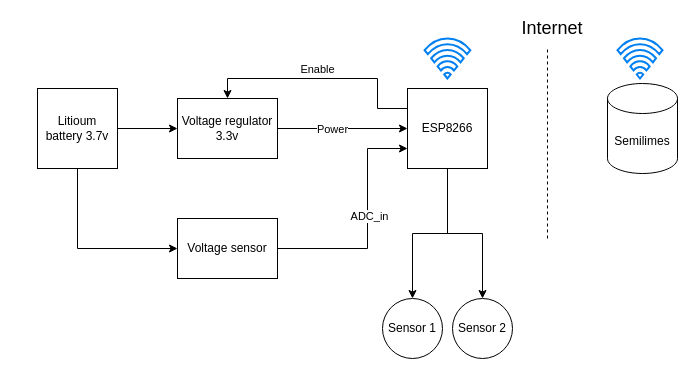
Before: Untitled Diagram.drawio in Dadigno/San-Smartino, a draw.io diagram. Source tidied: cells renumbered, new cells numbered last; positions are measured from the earlier drawing's top-left corner, leaving out a move shared by most shapes. Both pictures are drawn from the tidied source at 100%, with x=0, y=0 at pixel (37, 18).
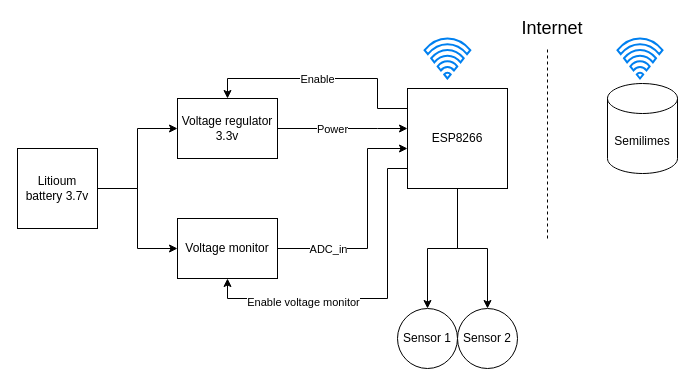
The same diagram, later.

The change refers to these unchanged cells:
```xml
<mxCell id="4" style="edgeStyle=orthogonalEdgeStyle;rounded=0;jettySize=auto;html=1;entryX=0.5;entryY=0;entryDx=0;entryDy=0;" parent="1" edge="1" source="6" target="12">
  <mxGeometry relative="1" as="geometry">
    <Array as="points">
      <mxPoint x="340" y="90" />
      <mxPoint x="340" y="60" />
      <mxPoint x="190" y="60" />
    </Array>
  </mxGeometry>
</mxCell>
<mxCell id="12" value="Voltage regulator 3.3v" style="rounded=0;whiteSpace=wrap;html=1;" parent="1" vertex="1">
  <mxGeometry x="140" y="80" width="100" height="60" as="geometry" />
</mxCell>
```

What changed in the source:
```diff
@@
     <mxCell id="5" value="Enable" style="edgeLabel;html=1;align=center;verticalAlign=middle;" parent="4" vertex="1">
       <mxGeometry x="-0.15" y="-2" relative="1" as="geometry">
-        <mxPoint x="-22.1" y="-8" as="offset" />
+        <mxPoint x="-22.1" y="2" as="offset" />
       </mxGeometry>
     </mxCell>
+    <mxCell id="23" style="edgeStyle=orthogonalEdgeStyle;rounded=0;jettySize=auto;html=1;entryX=0.5;entryY=1;entryDx=0;entryDy=0;" parent="1" edge="1" source="6" target="22">
+      <mxGeometry relative="1" as="geometry">
+        <Array as="points">
+          <mxPoint x="350" y="150" />
+          <mxPoint x="350" y="280" />
+          <mxPoint x="190" y="280" />
+        </Array>
+      </mxGeometry>
+    </mxCell>
+    <mxCell id="24" value="Enable voltage monitor" style="edgeLabel;html=1;align=center;verticalAlign=middle;" parent="23" vertex="1">
+      <mxGeometry x="0.21" y="3" relative="1" as="geometry">
+        <mxPoint x="-34.5" as="offset" />
+      </mxGeometry>
+    </mxCell>
     <mxCell id="6" value="ESP8266" style="whiteSpace=wrap;html=1;" parent="1" vertex="1">
-      <mxGeometry x="370" y="70" width="80" height="80" as="geometry" />
+      <mxGeometry x="370" y="70" width="100" height="100" as="geometry" />
     </mxCell>
@@
     <mxCell id="8" style="edgeStyle=orthogonalEdgeStyle;rounded=0;jettySize=auto;html=1;entryX=0;entryY=0.5;entryDx=0;entryDy=0;" parent="1" edge="1" source="9" target="22">
       <mxGeometry relative="1" as="geometry">
         <Array as="points">
-          <mxPoint x="40" y="230" />
+          <mxPoint x="100" y="170" />
+          <mxPoint x="100" y="230" />
         </Array>
       </mxGeometry>
     </mxCell>
     <mxCell id="9" value="Litioum battery 3.7v" style="whiteSpace=wrap;html=1;" parent="1" vertex="1">
-      <mxGeometry y="70" width="80" height="80" as="geometry" />
+      <mxGeometry x="-20" y="130" width="80" height="80" as="geometry" />
     </mxCell>
     <mxCell id="10" style="edgeStyle=orthogonalEdgeStyle;rounded=0;jettySize=auto;html=1;" parent="1" edge="1" source="12" target="6">
-      <mxGeometry relative="1" as="geometry" />
+      <mxGeometry relative="1" as="geometry">
+        <Array as="points">
+          <mxPoint x="340" y="110" />
+          <mxPoint x="340" y="110" />
+        </Array>
+      </mxGeometry>
     </mxCell>
@@
     <mxCell id="13" value="Sensor 1" style="ellipse;whiteSpace=wrap;html=1;" parent="1" vertex="1">
-      <mxGeometry x="345" y="280" width="60" height="60" as="geometry" />
+      <mxGeometry x="360" y="290" width="60" height="60" as="geometry" />
     </mxCell>
     <mxCell id="14" value="Sensor 2" style="ellipse;whiteSpace=wrap;html=1;" parent="1" vertex="1">
-      <mxGeometry x="415" y="280" width="60" height="60" as="geometry" />
+      <mxGeometry x="420" y="290" width="60" height="60" as="geometry" />
     </mxCell>
@@
-    <mxCell id="20" style="edgeStyle=orthogonalEdgeStyle;rounded=0;jettySize=auto;html=1;entryX=0;entryY=0.75;entryDx=0;entryDy=0;" parent="1" edge="1" source="22" target="6">
+    <mxCell id="20" style="edgeStyle=orthogonalEdgeStyle;rounded=0;jettySize=auto;html=1;" parent="1" edge="1" source="22">
       <mxGeometry relative="1" as="geometry">
+        <mxPoint x="370" y="130" as="targetPoint" />
         <Array as="points">
           <mxPoint x="330" y="230" />
           <mxPoint x="330" y="130" />
+          <mxPoint x="370" y="130" />
         </Array>
       </mxGeometry>
     </mxCell>
     <mxCell id="21" value="ADC_in" style="edgeLabel;html=1;align=center;verticalAlign=middle;" parent="20" vertex="1">
-      <mxGeometry x="0.07" y="-1" relative="1" as="geometry" />
+      <mxGeometry x="0.07" y="-1" relative="1" as="geometry">
+        <mxPoint x="-41" y="33.4" as="offset" />
+      </mxGeometry>
     </mxCell>
-    <mxCell id="22" value="Voltage sensor" style="rounded=0;whiteSpace=wrap;html=1;" parent="1" vertex="1">
+    <mxCell id="22" value="Voltage monitor" style="rounded=0;whiteSpace=wrap;html=1;" parent="1" vertex="1">
       <mxGeometry x="140" y="200" width="100" height="60" as="geometry" />
     </mxCell>
```
